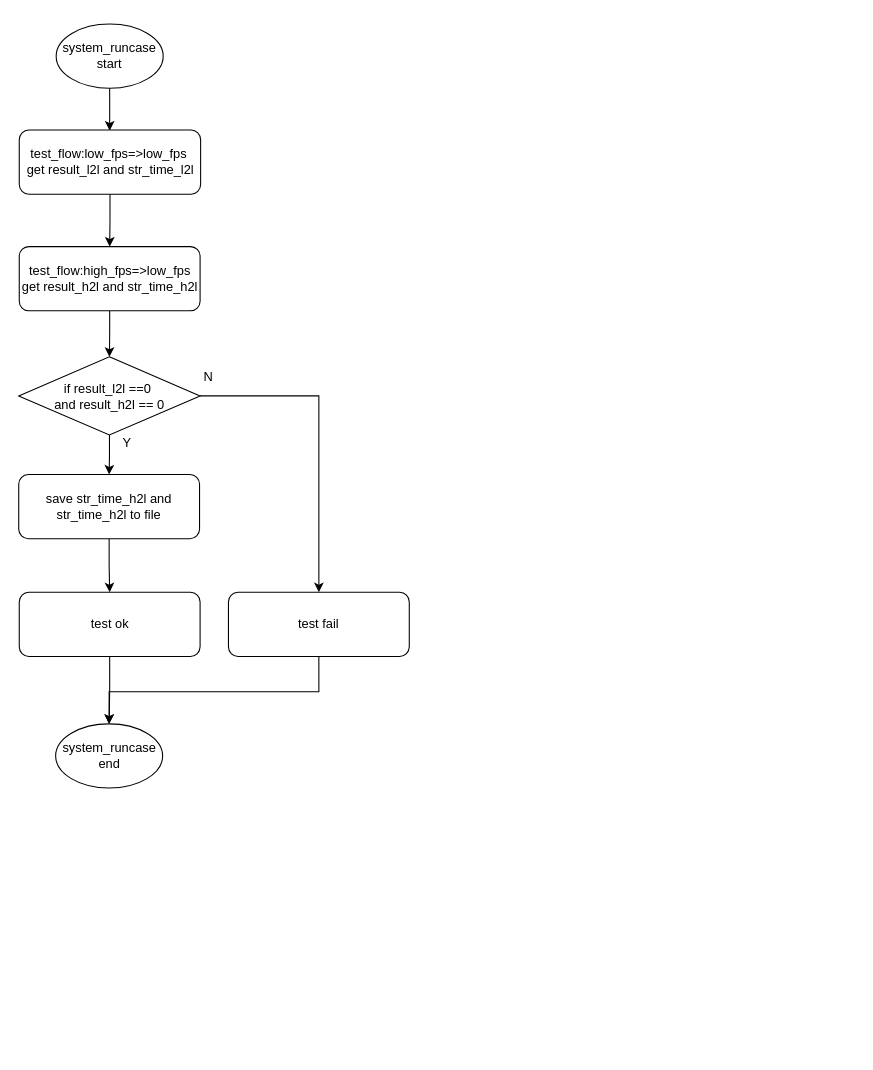
Above: autotest.drawio in loop0728/chart (draw.io), before the change. Source tidied: cells renumbered, new cells numbered last; positions are measured from the earlier drawing's top-left corner, leaving out a move shared by most shapes. Both pictures are drawn from the tidied source at 107%, with x=0, y=0 at pixel (18, 24).
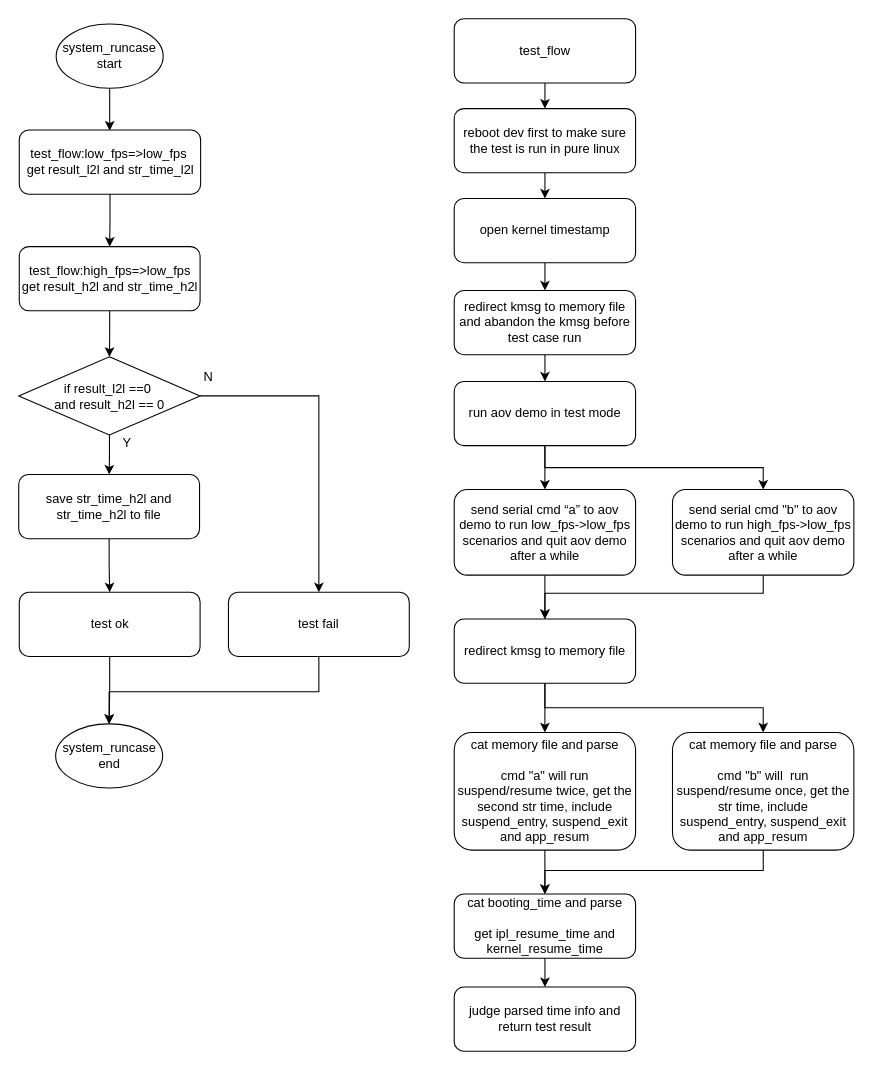
Above is the later version.

Diff of the diagram source:
```diff
@@
+    <mxCell id="20" style="edgeStyle=orthogonalEdgeStyle;rounded=0;jettySize=auto;html=1;" parent="1" edge="1" source="21" target="23">
+      <mxGeometry relative="1" as="geometry" />
+    </mxCell>
+    <mxCell id="21" value="test_flow" style="rounded=1;whiteSpace=wrap;html=1;" parent="1" vertex="1">
+      <mxGeometry x="407" y="-5" width="169.5" height="60" as="geometry" />
+    </mxCell>
+    <mxCell id="22" style="edgeStyle=orthogonalEdgeStyle;rounded=0;jettySize=auto;html=1;" parent="1" edge="1" source="23" target="25">
+      <mxGeometry relative="1" as="geometry" />
+    </mxCell>
+    <mxCell id="23" value="reboot dev first to make sure the test is run in pure linux" style="rounded=1;whiteSpace=wrap;html=1;" parent="1" vertex="1">
+      <mxGeometry x="407" y="79" width="169.5" height="60" as="geometry" />
+    </mxCell>
+    <mxCell id="24" style="edgeStyle=orthogonalEdgeStyle;rounded=0;jettySize=auto;html=1;" parent="1" edge="1" source="25" target="27">
+      <mxGeometry relative="1" as="geometry" />
+    </mxCell>
+    <mxCell id="25" value="&lt;div&gt;open kernel timestamp&lt;/div&gt;" style="rounded=1;whiteSpace=wrap;html=1;" parent="1" vertex="1">
+      <mxGeometry x="407" y="163" width="169.5" height="60" as="geometry" />
+    </mxCell>
+    <mxCell id="26" style="edgeStyle=orthogonalEdgeStyle;rounded=0;jettySize=auto;html=1;" parent="1" edge="1" source="27" target="30">
+      <mxGeometry relative="1" as="geometry" />
+    </mxCell>
+    <mxCell id="27" value="&lt;div&gt;redirect kmsg to memory file and abandon the kmsg before test case run&lt;/div&gt;" style="rounded=1;whiteSpace=wrap;html=1;" parent="1" vertex="1">
+      <mxGeometry x="407" y="249" width="169.5" height="60" as="geometry" />
+    </mxCell>
+    <mxCell id="28" style="edgeStyle=orthogonalEdgeStyle;rounded=0;jettySize=auto;html=1;" parent="1" edge="1" source="30" target="32">
+      <mxGeometry relative="1" as="geometry" />
+    </mxCell>
+    <mxCell id="29" style="edgeStyle=orthogonalEdgeStyle;rounded=0;jettySize=auto;html=1;exitX=0.5;exitY=1;exitDx=0;exitDy=0;entryX=0.5;entryY=0;entryDx=0;entryDy=0;" parent="1" edge="1" source="30" target="39">
+      <mxGeometry relative="1" as="geometry" />
+    </mxCell>
+    <mxCell id="30" value="&lt;div&gt;run aov demo in test mode&lt;/div&gt;" style="rounded=1;whiteSpace=wrap;html=1;" parent="1" vertex="1">
+      <mxGeometry x="407" y="334" width="169.5" height="60" as="geometry" />
+    </mxCell>
+    <mxCell id="31" style="edgeStyle=orthogonalEdgeStyle;rounded=0;jettySize=auto;html=1;" parent="1" edge="1" source="32" target="35">
+      <mxGeometry relative="1" as="geometry" />
+    </mxCell>
+    <mxCell id="32" value="&lt;div&gt;send serial cmd “a” to aov demo to run&amp;nbsp;&lt;span style=&quot;background-color: initial;&quot;&gt;low_fps-&amp;gt;low_fps scenarios&amp;nbsp;&lt;/span&gt;&lt;span style=&quot;background-color: initial;&quot;&gt;and quit aov demo after a while&lt;/span&gt;&lt;/div&gt;" style="rounded=1;whiteSpace=wrap;html=1;" parent="1" vertex="1">
+      <mxGeometry x="407" y="435" width="169.5" height="80" as="geometry" />
+    </mxCell>
+    <mxCell id="33" style="edgeStyle=orthogonalEdgeStyle;rounded=0;jettySize=auto;html=1;" parent="1" edge="1" source="35" target="37">
+      <mxGeometry relative="1" as="geometry" />
+    </mxCell>
+    <mxCell id="34" style="edgeStyle=orthogonalEdgeStyle;rounded=0;jettySize=auto;html=1;exitX=0.5;exitY=1;exitDx=0;exitDy=0;entryX=0.5;entryY=0;entryDx=0;entryDy=0;" parent="1" edge="1" source="35" target="41">
+      <mxGeometry relative="1" as="geometry" />
+    </mxCell>
+    <mxCell id="35" value="&lt;div&gt;redirect kmsg to memory file&lt;/div&gt;" style="rounded=1;whiteSpace=wrap;html=1;" parent="1" vertex="1">
+      <mxGeometry x="407" y="556" width="169.5" height="60" as="geometry" />
+    </mxCell>
+    <mxCell id="36" style="edgeStyle=orthogonalEdgeStyle;rounded=0;jettySize=auto;html=1;" parent="1" edge="1" source="37" target="43">
+      <mxGeometry relative="1" as="geometry" />
+    </mxCell>
+    <mxCell id="37" value="&lt;div&gt;cat memory file and parse&lt;/div&gt;&lt;div&gt;&lt;br&gt;&lt;/div&gt;&lt;div&gt;cmd &quot;a&quot; will run suspend/resume twice, get the second str time, include suspend_entry, suspend_exit and app_resum&lt;/div&gt;" style="rounded=1;whiteSpace=wrap;html=1;" parent="1" vertex="1">
+      <mxGeometry x="407" y="662" width="169.5" height="110" as="geometry" />
+    </mxCell>
+    <mxCell id="38" style="edgeStyle=orthogonalEdgeStyle;rounded=0;jettySize=auto;html=1;entryX=0.5;entryY=0;entryDx=0;entryDy=0;" parent="1" edge="1" source="39" target="35">
+      <mxGeometry relative="1" as="geometry">
+        <Array as="points">
+          <mxPoint x="696" y="532" />
+          <mxPoint x="492" y="532" />
+        </Array>
+      </mxGeometry>
+    </mxCell>
+    <mxCell id="39" value="&lt;div&gt;send serial cmd &quot;b&quot; to aov demo to run&amp;nbsp;&lt;span style=&quot;background-color: initial;&quot;&gt;high_fps-&amp;gt;low_fps scenarios&amp;nbsp;&lt;/span&gt;&lt;span style=&quot;background-color: initial;&quot;&gt;and quit aov demo after a while&lt;/span&gt;&lt;/div&gt;" style="rounded=1;whiteSpace=wrap;html=1;" parent="1" vertex="1">
+      <mxGeometry x="611" y="435" width="169.5" height="80" as="geometry" />
+    </mxCell>
+    <mxCell id="40" style="edgeStyle=orthogonalEdgeStyle;rounded=0;jettySize=auto;html=1;entryX=0.5;entryY=0;entryDx=0;entryDy=0;" parent="1" edge="1" source="41" target="43">
+      <mxGeometry relative="1" as="geometry">
+        <Array as="points">
+          <mxPoint x="696" y="791" />
+          <mxPoint x="492" y="791" />
+        </Array>
+      </mxGeometry>
+    </mxCell>
+    <mxCell id="41" value="&lt;div&gt;cat memory file and parse&lt;/div&gt;&lt;div&gt;&lt;br&gt;&lt;/div&gt;&lt;div&gt;cmd &quot;b&quot; will&amp;nbsp; run suspend/resume once, get the str time,&amp;nbsp;&lt;span style=&quot;background-color: initial;&quot;&gt;include suspend_entry, suspend_exit and app_resum&lt;/span&gt;&lt;br&gt;&lt;/div&gt;" style="rounded=1;whiteSpace=wrap;html=1;" parent="1" vertex="1">
+      <mxGeometry x="611" y="662" width="169.5" height="110" as="geometry" />
+    </mxCell>
+    <mxCell id="42" style="edgeStyle=orthogonalEdgeStyle;rounded=0;jettySize=auto;html=1;" parent="1" edge="1" source="43" target="44">
+      <mxGeometry relative="1" as="geometry" />
+    </mxCell>
+    <mxCell id="43" value="&lt;div&gt;cat booting_time and parse&lt;/div&gt;&lt;div&gt;&lt;br&gt;&lt;/div&gt;&lt;div&gt;get ipl_resume_time and kernel_resume_time&lt;/div&gt;" style="rounded=1;whiteSpace=wrap;html=1;" parent="1" vertex="1">
+      <mxGeometry x="407" y="813" width="169.5" height="60" as="geometry" />
+    </mxCell>
+    <mxCell id="44" value="judge parsed time info and return test result" style="rounded=1;whiteSpace=wrap;html=1;" parent="1" vertex="1">
+      <mxGeometry x="407" y="900" width="169.5" height="60" as="geometry" />
+    </mxCell>
```
